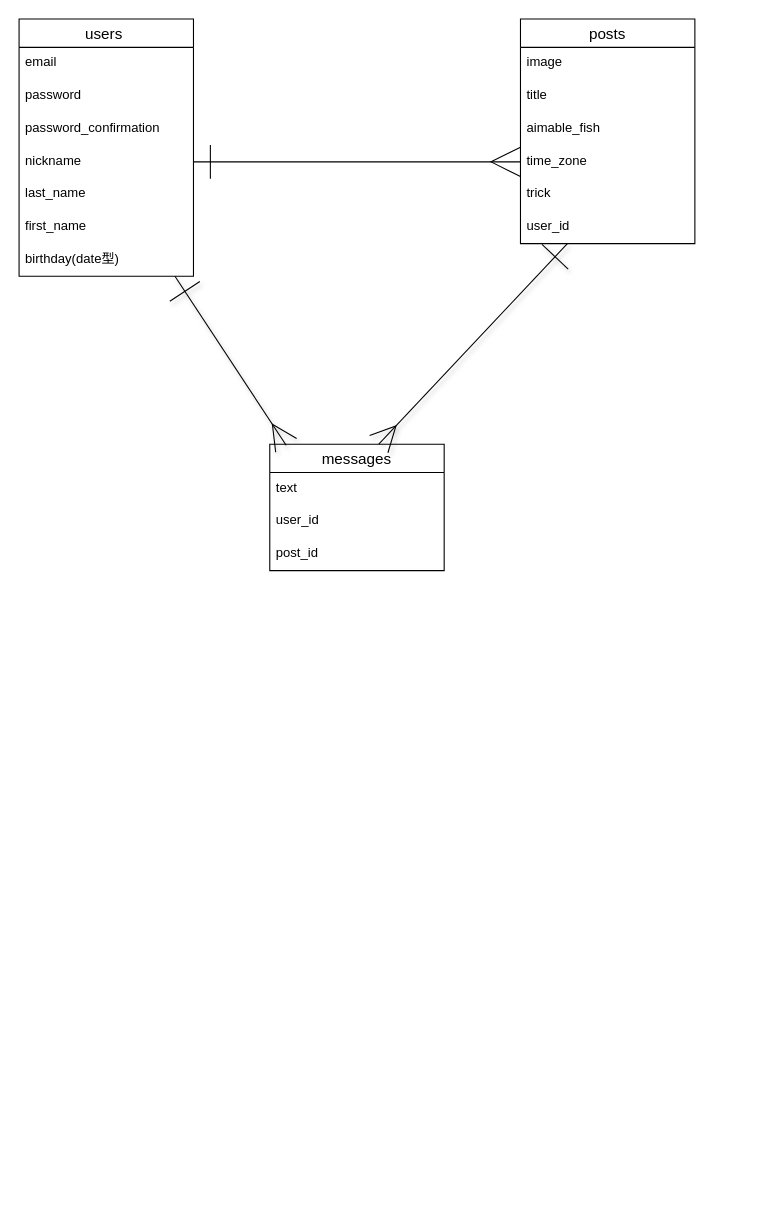
tatsuya-tsurumi/fish-spot keeps this draw.io diagram as ER.dio. Above is the earlier version. Source tidied: cells renumbered, new cells numbered last; positions are measured from the earlier drawing's top-left corner, leaving out a move shared by most shapes. Both pictures are drawn from the tidied source at 109%, with x=0, y=0 at pixel (19, 19).
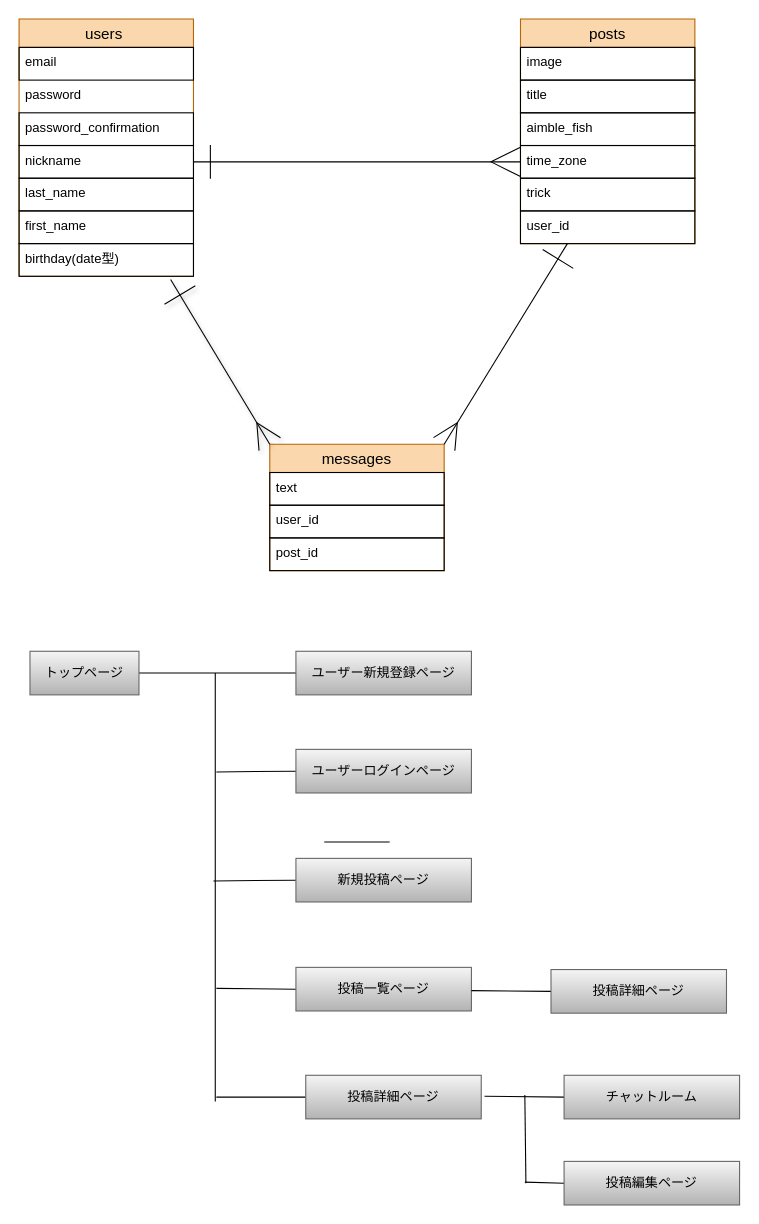
After the change.

Commit message (it also covers changes not shown here):
アプリケーションの説明を記述

What changed in the source:
```diff
@@
-<mxGraphModel>
+<mxGraphModel background="#FFFFFF">
@@
-    <mxCell id="2" value="users " style="swimlane;fontStyle=0;horizontal=1;startSize=26;align=center;fontSize=14;" parent="1" vertex="1">
+    <mxCell id="2" value="users " style="swimlane;fontStyle=0;horizontal=1;startSize=26;align=center;fontSize=14;strokeColor=#b46504;fillColor=#fad7ac;fontColor=#000000;" parent="1" vertex="1">
       <mxGeometry width="160" height="236" as="geometry" />
     </mxCell>
-    <mxCell id="3" value="email" style="text;strokeColor=none;fillColor=none;spacingLeft=4;spacingRight=4;overflow=hidden;fontSize=12;" parent="2" vertex="1">
+    <mxCell id="3" value="email" style="text;spacingLeft=4;spacingRight=4;overflow=hidden;fontSize=12;strokeColor=#000000;fontColor=#000000;" parent="2" vertex="1">
       <mxGeometry y="26" width="160" height="30" as="geometry" />
     </mxCell>
-    <mxCell id="4" value="password" style="text;strokeColor=none;fillColor=none;spacingLeft=4;spacingRight=4;overflow=hidden;fontSize=12;" parent="2" vertex="1">
+    <mxCell id="4" value="password" style="text;spacingLeft=4;spacingRight=4;overflow=hidden;fontSize=12;fontColor=#000000;" parent="2" vertex="1">
       <mxGeometry y="56" width="160" height="30" as="geometry" />
     </mxCell>
-    <mxCell id="5" value="password_confirmation" style="text;strokeColor=none;fillColor=none;spacingLeft=4;spacingRight=4;overflow=hidden;fontSize=12;" parent="2" vertex="1">
+    <mxCell id="5" value="password_confirmation" style="text;spacingLeft=4;spacingRight=4;overflow=hidden;fontSize=12;strokeColor=#000000;fontColor=#000000;" parent="2" vertex="1">
       <mxGeometry y="86" width="160" height="30" as="geometry" />
     </mxCell>
-    <mxCell id="6" value="nickname" style="text;strokeColor=none;fillColor=none;spacingLeft=4;spacingRight=4;overflow=hidden;points=[[0,0.5],[1,0.5]];portConstraint=eastwest;fontSize=12;" parent="2" vertex="1">
+    <mxCell id="6" value="nickname" style="text;spacingLeft=4;spacingRight=4;overflow=hidden;points=[[0,0.5],[1,0.5]];portConstraint=eastwest;fontSize=12;strokeColor=#000000;fontColor=#000000;" parent="2" vertex="1">
       <mxGeometry y="116" width="160" height="30" as="geometry" />
     </mxCell>
-    <mxCell id="7" value="last_name" style="text;strokeColor=none;fillColor=none;spacingLeft=4;spacingRight=4;overflow=hidden;fontSize=12;" parent="2" vertex="1">
+    <mxCell id="7" value="last_name" style="text;spacingLeft=4;spacingRight=4;overflow=hidden;fontSize=12;strokeColor=#000000;fontColor=#000000;" parent="2" vertex="1">
       <mxGeometry y="146" width="160" height="30" as="geometry" />
     </mxCell>
-    <mxCell id="8" value="first_name" style="text;strokeColor=none;fillColor=none;spacingLeft=4;spacingRight=4;overflow=hidden;fontSize=12;" parent="2" vertex="1">
+    <mxCell id="8" value="first_name" style="text;spacingLeft=4;spacingRight=4;overflow=hidden;fontSize=12;strokeColor=#000000;fontColor=#000000;" parent="2" vertex="1">
       <mxGeometry y="176" width="160" height="30" as="geometry" />
     </mxCell>
-    <mxCell id="9" value="birthday(date型)" style="text;strokeColor=none;fillColor=none;spacingLeft=4;spacingRight=4;overflow=hidden;points=[[0,0.5],[1,0.5]];portConstraint=eastwest;fontSize=12;" parent="2" vertex="1">
+    <mxCell id="9" value="birthday(date型)" style="text;spacingLeft=4;spacingRight=4;overflow=hidden;points=[[0,0.5],[1,0.5]];portConstraint=eastwest;fontSize=12;strokeColor=#000000;fontColor=#000000;" parent="2" vertex="1">
       <mxGeometry y="206" width="160" height="30" as="geometry" />
     </mxCell>
-    <mxCell id="10" value="posts" style="swimlane;fontStyle=0;horizontal=1;startSize=26;align=center;fontSize=14;" parent="1" vertex="1">
+    <mxCell id="10" value="posts" style="swimlane;fontStyle=0;horizontal=1;startSize=26;align=center;fontSize=14;strokeColor=#b46504;fillColor=#fad7ac;fontColor=#000000;" parent="1" vertex="1">
       <mxGeometry x="460" width="160" height="206" as="geometry" />
     </mxCell>
-    <mxCell id="11" value="image    " style="text;strokeColor=none;fillColor=none;spacingLeft=4;spacingRight=4;overflow=hidden;fontSize=12;" parent="10" vertex="1">
+    <mxCell id="11" value="image    " style="text;fillColor=none;spacingLeft=4;spacingRight=4;overflow=hidden;fontSize=12;fontColor=#000000;strokeColor=#000000;" parent="10" vertex="1">
       <mxGeometry y="26" width="160" height="30" as="geometry" />
     </mxCell>
-    <mxCell id="12" value="title" style="text;strokeColor=none;fillColor=none;spacingLeft=4;spacingRight=4;overflow=hidden;fontSize=12;" parent="10" vertex="1">
+    <mxCell id="12" value="title" style="text;fillColor=none;spacingLeft=4;spacingRight=4;overflow=hidden;fontSize=12;fontColor=#000000;strokeColor=#000000;" parent="10" vertex="1">
       <mxGeometry y="56" width="160" height="30" as="geometry" />
     </mxCell>
-    <mxCell id="13" value="aimable_fish" style="text;strokeColor=none;fillColor=none;spacingLeft=4;spacingRight=4;overflow=hidden;fontSize=12;" parent="10" vertex="1">
+    <mxCell id="13" value="aimble_fish" style="text;fillColor=none;spacingLeft=4;spacingRight=4;overflow=hidden;fontSize=12;fontColor=#000000;strokeColor=#000000;" parent="10" vertex="1">
       <mxGeometry y="86" width="160" height="30" as="geometry" />
     </mxCell>
-    <mxCell id="14" value="time_zone" style="text;strokeColor=none;fillColor=none;spacingLeft=4;spacingRight=4;overflow=hidden;points=[[0,0.5],[1,0.5]];portConstraint=eastwest;fontSize=12;" parent="10" vertex="1">
+    <mxCell id="14" value="time_zone" style="text;fillColor=none;spacingLeft=4;spacingRight=4;overflow=hidden;points=[[0,0.5],[1,0.5]];portConstraint=eastwest;fontSize=12;fontColor=#000000;strokeColor=#000000;" parent="10" vertex="1">
       <mxGeometry y="116" width="160" height="30" as="geometry" />
     </mxCell>
-    <mxCell id="15" value="trick" style="text;strokeColor=none;fillColor=none;spacingLeft=4;spacingRight=4;overflow=hidden;fontSize=12;" parent="10" vertex="1">
+    <mxCell id="15" value="trick" style="text;fillColor=none;spacingLeft=4;spacingRight=4;overflow=hidden;fontSize=12;fontColor=#000000;strokeColor=#000000;" parent="10" vertex="1">
       <mxGeometry y="146" width="160" height="30" as="geometry" />
     </mxCell>
-    <mxCell id="16" value="user_id" style="text;strokeColor=none;fillColor=none;spacingLeft=4;spacingRight=4;overflow=hidden;points=[[0,0.5],[1,0.5]];portConstraint=eastwest;fontSize=12;" parent="10" vertex="1">
+    <mxCell id="16" value="user_id" style="text;fillColor=none;spacingLeft=4;spacingRight=4;overflow=hidden;points=[[0,0.5],[1,0.5]];portConstraint=eastwest;fontSize=12;fontColor=#000000;strokeColor=#000000;" parent="10" vertex="1">
       <mxGeometry y="176" width="160" height="30" as="geometry" />
     </mxCell>
-    <mxCell id="17" value="messages" style="swimlane;fontStyle=0;horizontal=1;startSize=26;align=center;fontSize=14;" parent="1" vertex="1">
+    <mxCell id="17" value="messages" style="swimlane;fontStyle=0;horizontal=1;startSize=26;align=center;fontSize=14;strokeColor=#b46504;fillColor=#fad7ac;fontColor=#000000;" parent="1" vertex="1">
       <mxGeometry x="230" y="390" width="160" height="116" as="geometry" />
     </mxCell>
-    <mxCell id="18" value="text" style="text;strokeColor=none;fillColor=none;spacingLeft=4;spacingRight=4;overflow=hidden;fontSize=12;" parent="17" vertex="1">
+    <mxCell id="18" value="text" style="text;fillColor=none;spacingLeft=4;spacingRight=4;overflow=hidden;fontSize=12;fontColor=#000000;strokeColor=#000000;" parent="17" vertex="1">
       <mxGeometry y="26" width="160" height="30" as="geometry" />
     </mxCell>
-    <mxCell id="19" value="user_id" style="text;strokeColor=none;fillColor=none;spacingLeft=4;spacingRight=4;overflow=hidden;fontSize=12;" parent="17" vertex="1">
+    <mxCell id="19" value="user_id" style="text;fillColor=none;spacingLeft=4;spacingRight=4;overflow=hidden;fontSize=12;fontColor=#000000;strokeColor=#000000;" parent="17" vertex="1">
       <mxGeometry y="56" width="160" height="30" as="geometry" />
     </mxCell>
-    <mxCell id="20" value="post_id" style="text;strokeColor=none;fillColor=none;spacingLeft=4;spacingRight=4;overflow=hidden;fontSize=12;" parent="17" vertex="1">
+    <mxCell id="20" value="post_id" style="text;fillColor=none;spacingLeft=4;spacingRight=4;overflow=hidden;fontSize=12;fontColor=#000000;strokeColor=#000000;" parent="17" vertex="1">
       <mxGeometry y="86" width="160" height="30" as="geometry" />
     </mxCell>
-    <mxCell id="21" style="edgeStyle=none;html=1;exitX=1;exitY=0.5;exitDx=0;exitDy=0;entryX=0;entryY=0.5;entryDx=0;entryDy=0;endArrow=ERmany;endFill=0;endSize=25;startArrow=ERone;startFill=0;startSize=29;" parent="1" edge="1" source="6" target="14">
+    <mxCell id="21" style="edgeStyle=none;html=1;exitX=1;exitY=0.5;exitDx=0;exitDy=0;entryX=0;entryY=0.5;entryDx=0;entryDy=0;endArrow=ERmany;endFill=0;endSize=25;startArrow=ERone;startFill=0;startSize=29;strokeColor=#000000;" parent="1" edge="1" source="6" target="14">
       <mxGeometry relative="1" as="geometry" />
     </mxCell>
-    <mxCell id="22" style="fontSize=12;html=1;endArrow=ERmany;startArrow=ERone;entryX=0.625;entryY=0;entryDx=0;entryDy=0;entryPerimeter=0;shadow=1;endSize=21;startSize=31;startFill=0;sourcePerimeterSpacing=0;endFill=0;exitX=0.269;exitY=1;exitDx=0;exitDy=0;exitPerimeter=0;" parent="1" edge="1" source="16" target="17">
+    <mxCell id="22" style="fontSize=12;html=1;endArrow=ERmany;startArrow=ERone;shadow=0;endSize=21;startSize=31;startFill=0;sourcePerimeterSpacing=0;endFill=0;exitX=0.269;exitY=1;exitDx=0;exitDy=0;exitPerimeter=0;fontColor=#000000;strokeColor=#000000;entryX=1;entryY=0;entryDx=0;entryDy=0;" parent="1" edge="1" source="16" target="17">
       <mxGeometry relative="1" as="geometry" />
     </mxCell>
-    <mxCell id="23" style="fontSize=12;html=1;endArrow=ERmany;startArrow=ERone;entryX=0.094;entryY=0.009;entryDx=0;entryDy=0;entryPerimeter=0;shadow=1;endSize=21;startSize=31;startFill=0;sourcePerimeterSpacing=0;endFill=0;exitX=0.269;exitY=1;exitDx=0;exitDy=0;exitPerimeter=0;" parent="1" edge="1" target="17">
-      <mxGeometry relative="1" as="geometry">
-        <mxPoint x="143" y="236" as="sourcePoint" />
-      </mxGeometry>
+    <mxCell id="23" style="fontSize=12;html=1;endArrow=ERmany;startArrow=ERone;shadow=1;endSize=21;startSize=31;startFill=0;sourcePerimeterSpacing=0;endFill=0;exitX=0.869;exitY=1.1;exitDx=0;exitDy=0;exitPerimeter=0;strokeColor=#000000;entryX=0;entryY=0;entryDx=0;entryDy=0;" parent="1" edge="1" source="9" target="17">
+      <mxGeometry relative="1" as="geometry" />
     </mxCell>
+    <mxCell id="24" style="edgeStyle=none;html=1;exitX=1;exitY=0.5;exitDx=0;exitDy=0;entryX=0;entryY=0.5;entryDx=0;entryDy=0;shadow=0;fontColor=#000000;strokeColor=#000000;endArrow=none;endFill=0;" parent="1" edge="1" source="25" target="26">
+      <mxGeometry relative="1" as="geometry" />
+    </mxCell>
+    <mxCell id="25" value="トップページ" style="whiteSpace=wrap;html=1;align=center;strokeColor=#666666;fillColor=#f5f5f5;gradientColor=#b3b3b3;fontColor=#000000;" parent="1" vertex="1">
+      <mxGeometry x="10" y="580" width="100" height="40" as="geometry" />
+    </mxCell>
+    <mxCell id="26" value="ユーザー新規登録ページ" style="whiteSpace=wrap;html=1;align=center;strokeColor=#666666;fillColor=#f5f5f5;gradientColor=#b3b3b3;fontColor=#000000;" parent="1" vertex="1">
+      <mxGeometry x="254" y="580" width="161" height="40" as="geometry" />
+    </mxCell>
+    <mxCell id="27" style="edgeStyle=none;html=1;exitX=0;exitY=0.5;exitDx=0;exitDy=0;shadow=0;fontColor=#000000;endArrow=none;endFill=0;strokeColor=#000000;" parent="1" edge="1" source="28">
+      <mxGeometry relative="1" as="geometry">
+        <mxPoint x="181" y="690.7" as="targetPoint" />
+      </mxGeometry>
+    </mxCell>
+    <mxCell id="28" value="ユーザーログインページ" style="whiteSpace=wrap;html=1;align=center;strokeColor=#666666;fillColor=#f5f5f5;gradientColor=#b3b3b3;fontColor=#000000;" parent="1" vertex="1">
+      <mxGeometry x="254" y="670" width="161" height="40" as="geometry" />
+    </mxCell>
+    <mxCell id="29" style="edgeStyle=none;html=1;exitX=0;exitY=0.5;exitDx=0;exitDy=0;shadow=0;fontColor=#000000;endArrow=none;endFill=0;strokeColor=#000000;" parent="1" edge="1" source="30">
+      <mxGeometry relative="1" as="geometry">
+        <mxPoint x="178.3" y="790.7" as="targetPoint" />
+      </mxGeometry>
+    </mxCell>
+    <mxCell id="30" value="新規投稿ページ" style="whiteSpace=wrap;html=1;align=center;strokeColor=#666666;fillColor=#f5f5f5;gradientColor=#b3b3b3;fontColor=#000000;" parent="1" vertex="1">
+      <mxGeometry x="254" y="770" width="161" height="40" as="geometry" />
+    </mxCell>
+    <mxCell id="31" style="edgeStyle=none;html=1;exitX=0;exitY=0.5;exitDx=0;exitDy=0;shadow=0;fontColor=#000000;endArrow=none;endFill=0;strokeColor=#000000;" parent="1" edge="1" source="32">
+      <mxGeometry relative="1" as="geometry">
+        <mxPoint x="181" y="889.3" as="targetPoint" />
+      </mxGeometry>
+    </mxCell>
+    <mxCell id="32" value="投稿一覧ページ" style="whiteSpace=wrap;html=1;align=center;strokeColor=#666666;fillColor=#f5f5f5;gradientColor=#b3b3b3;fontColor=#000000;" parent="1" vertex="1">
+      <mxGeometry x="254" y="870" width="161" height="40" as="geometry" />
+    </mxCell>
+    <mxCell id="33" style="line;strokeWidth=1;dashed=0;labelPosition=right;align=left;verticalAlign=middle;spacingTop=0;spacingLeft=6;fontColor=#000000;" parent="1" vertex="1">
+      <mxGeometry x="280" y="750" width="60" height="10" as="geometry" />
+    </mxCell>
+    <mxCell id="34" style="edgeStyle=none;html=1;shadow=0;fontColor=#000000;strokeColor=#000000;endArrow=none;endFill=0;" parent="1" edge="1">
+      <mxGeometry relative="1" as="geometry">
+        <mxPoint x="180" y="600" as="sourcePoint" />
+        <mxPoint x="180" y="993" as="targetPoint" />
+      </mxGeometry>
+    </mxCell>
+    <mxCell id="35" style="edgeStyle=none;html=1;exitX=0;exitY=0.5;exitDx=0;exitDy=0;shadow=0;fontColor=#000000;endArrow=none;endFill=0;strokeColor=#000000;" parent="1" edge="1" source="36">
+      <mxGeometry relative="1" as="geometry">
+        <mxPoint x="181" y="989" as="targetPoint" />
+      </mxGeometry>
+    </mxCell>
+    <mxCell id="36" value="投稿詳細ページ" style="whiteSpace=wrap;html=1;align=center;strokeColor=#666666;fillColor=#f5f5f5;gradientColor=#b3b3b3;fontColor=#000000;" parent="1" vertex="1">
+      <mxGeometry x="263" y="969" width="161" height="40" as="geometry" />
+    </mxCell>
+    <mxCell id="37" style="edgeStyle=none;html=1;exitX=0;exitY=0.5;exitDx=0;exitDy=0;shadow=0;fontColor=#000000;endArrow=none;endFill=0;strokeColor=#000000;" parent="1" edge="1" source="38">
+      <mxGeometry relative="1" as="geometry">
+        <mxPoint x="415" y="891.3" as="targetPoint" />
+      </mxGeometry>
+    </mxCell>
+    <mxCell id="38" value="投稿詳細ページ" style="whiteSpace=wrap;html=1;align=center;strokeColor=#666666;fillColor=#f5f5f5;gradientColor=#b3b3b3;fontColor=#000000;" parent="1" vertex="1">
+      <mxGeometry x="488" y="872" width="161" height="40" as="geometry" />
+    </mxCell>
+    <mxCell id="39" style="edgeStyle=none;html=1;exitX=0;exitY=0.5;exitDx=0;exitDy=0;shadow=0;fontColor=#000000;endArrow=none;endFill=0;strokeColor=#000000;" parent="1" edge="1" source="40">
+      <mxGeometry relative="1" as="geometry">
+        <mxPoint x="427" y="988.3" as="targetPoint" />
+      </mxGeometry>
+    </mxCell>
+    <mxCell id="40" value="チャットルーム" style="whiteSpace=wrap;html=1;align=center;strokeColor=#666666;fillColor=#f5f5f5;gradientColor=#b3b3b3;fontColor=#000000;" parent="1" vertex="1">
+      <mxGeometry x="500" y="969" width="161" height="40" as="geometry" />
+    </mxCell>
+    <mxCell id="41" style="edgeStyle=none;html=1;exitX=0;exitY=0.5;exitDx=0;exitDy=0;shadow=0;fontColor=#000000;endArrow=none;endFill=0;strokeColor=#000000;" parent="1" edge="1" source="42">
+      <mxGeometry relative="1" as="geometry">
+        <mxPoint x="464" y="1067" as="targetPoint" />
+      </mxGeometry>
+    </mxCell>
+    <mxCell id="42" value="投稿編集ページ" style="whiteSpace=wrap;html=1;align=center;strokeColor=#666666;fillColor=#f5f5f5;gradientColor=#b3b3b3;fontColor=#000000;" parent="1" vertex="1">
+      <mxGeometry x="500" y="1048" width="161" height="40" as="geometry" />
+    </mxCell>
+    <mxCell id="43" style="edgeStyle=none;html=1;exitX=0;exitY=0.5;exitDx=0;exitDy=0;shadow=0;fontColor=#000000;endArrow=none;endFill=0;strokeColor=#000000;" parent="1" edge="1">
+      <mxGeometry relative="1" as="geometry">
+        <mxPoint x="465" y="1068" as="sourcePoint" />
+        <mxPoint x="464" y="987" as="targetPoint" />
+      </mxGeometry>
+    </mxCell>
```
